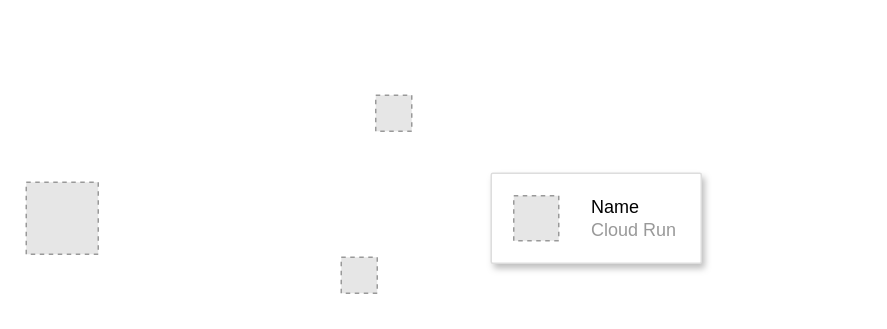
Before: AthenaRecashADK.drawio in anil-oommen/AthenaHaloADK, a draw.io diagram. Source tidied: cells renumbered, new cells numbered last; positions are measured from the earlier drawing's top-left corner, leaving out a move shared by most shapes. Both pictures are drawn from the tidied source at 150%, with x=0, y=0 at pixel (26, 94). Pictures stored in the file or linked from it are replaced by grey dashed boxes.
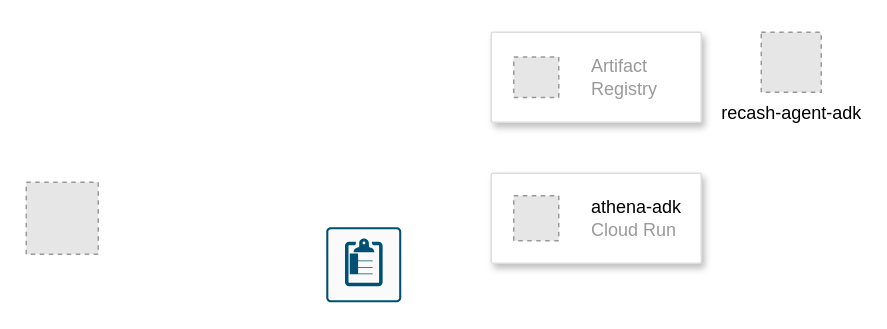
After the change.

Diff of the diagram source:
```diff
@@
 <mxGraphModel>
   <root>
     <mxCell id="0" />
     <mxCell id="1" parent="0" />
     <mxCell id="2" style="fillColor=#E6E6E6;strokeColor=#999999;dashed=1;html=1;verticalAlign=top;verticalLabelPosition=bottom;labelBackgroundColor=#ffffff;" parent="1" vertex="1">
       <mxGeometry y="58" width="48" height="48" as="geometry" />
     </mxCell>
     <mxCell id="3" style="fillColor=#ffffff;strokeColor=#dddddd;shadow=1;strokeWidth=1;rounded=1;absoluteArcSize=1;arcSize=2;" parent="1" vertex="1">
       <mxGeometry x="310" y="52" width="140" height="60" as="geometry" />
     </mxCell>
-    <mxCell id="4" value="&lt;font color=&quot;#000000&quot;&gt;Name&lt;/font&gt;&lt;br&gt;Cloud Run" style="fillColor=#E6E6E6;strokeColor=#999999;dashed=1;html=1;fontColor=#999999;verticalLabelPosition=middle;verticalAlign=middle;labelPosition=right;align=left;spacingLeft=20;" parent="3" vertex="1">
+    <mxCell id="4" value="&lt;font color=&quot;#000000&quot;&gt;athena-adk&lt;/font&gt;&lt;br&gt;Cloud Run" style="fillColor=#E6E6E6;strokeColor=#999999;dashed=1;html=1;fontColor=#999999;verticalLabelPosition=middle;verticalAlign=middle;labelPosition=right;align=left;spacingLeft=20;" parent="3" vertex="1">
       <mxGeometry width="30" height="30" relative="1" as="geometry">
         <mxPoint x="15" y="15" as="offset" />
       </mxGeometry>
     </mxCell>
-    <mxCell id="5" style="fillColor=#E6E6E6;strokeColor=#999999;dashed=1;html=1;verticalAlign=top;verticalLabelPosition=bottom;labelBackgroundColor=#ffffff;" parent="1" vertex="1">
-      <mxGeometry x="210" y="108" width="24" height="24" as="geometry" />
-    </mxCell>
-    <mxCell id="6" style="fillColor=#E6E6E6;strokeColor=#999999;dashed=1;html=1;verticalAlign=top;verticalLabelPosition=bottom;labelBackgroundColor=#ffffff;" parent="1" vertex="1">
-      <mxGeometry x="233" width="24" height="24" as="geometry" />
+    <mxCell id="6" value="recash-agent-adk" style="fillColor=#E6E6E6;strokeColor=#999999;dashed=1;html=1;verticalAlign=top;verticalLabelPosition=bottom;labelBackgroundColor=#ffffff;" parent="1" vertex="1">
+      <mxGeometry x="490" y="-42" width="40" height="40" as="geometry" />
     </mxCell>
+    <mxCell id="7" style="fillColor=#ffffff;strokeColor=#dddddd;shadow=1;strokeWidth=1;rounded=1;absoluteArcSize=1;arcSize=2;" parent="1" vertex="1">
+      <mxGeometry x="310" y="-42" width="140" height="60" as="geometry" />
+    </mxCell>
+    <mxCell id="8" value="Artifact&#10;Registry" style="fillColor=#E6E6E6;strokeColor=#999999;dashed=1;html=1;fontColor=#999999;verticalLabelPosition=middle;verticalAlign=middle;labelPosition=right;align=left;spacingLeft=20;" parent="7" vertex="1">
+      <mxGeometry width="30" height="27" relative="1" as="geometry">
+        <mxPoint x="15" y="16.5" as="offset" />
+      </mxGeometry>
+    </mxCell>
+    <mxCell id="9" style="sketch=0;verticalLabelPosition=bottom;html=1;verticalAlign=top;align=center;shape=mxgraph.cisco19.rect;prIcon=web_reputation_filtering_2;fillColor=#FAFAFA;strokeColor=#005073;" parent="1" vertex="1">
+      <mxGeometry x="200" y="88" width="50" height="50" as="geometry" />
+    </mxCell>
   </root>
 </mxGraphModel>
```
